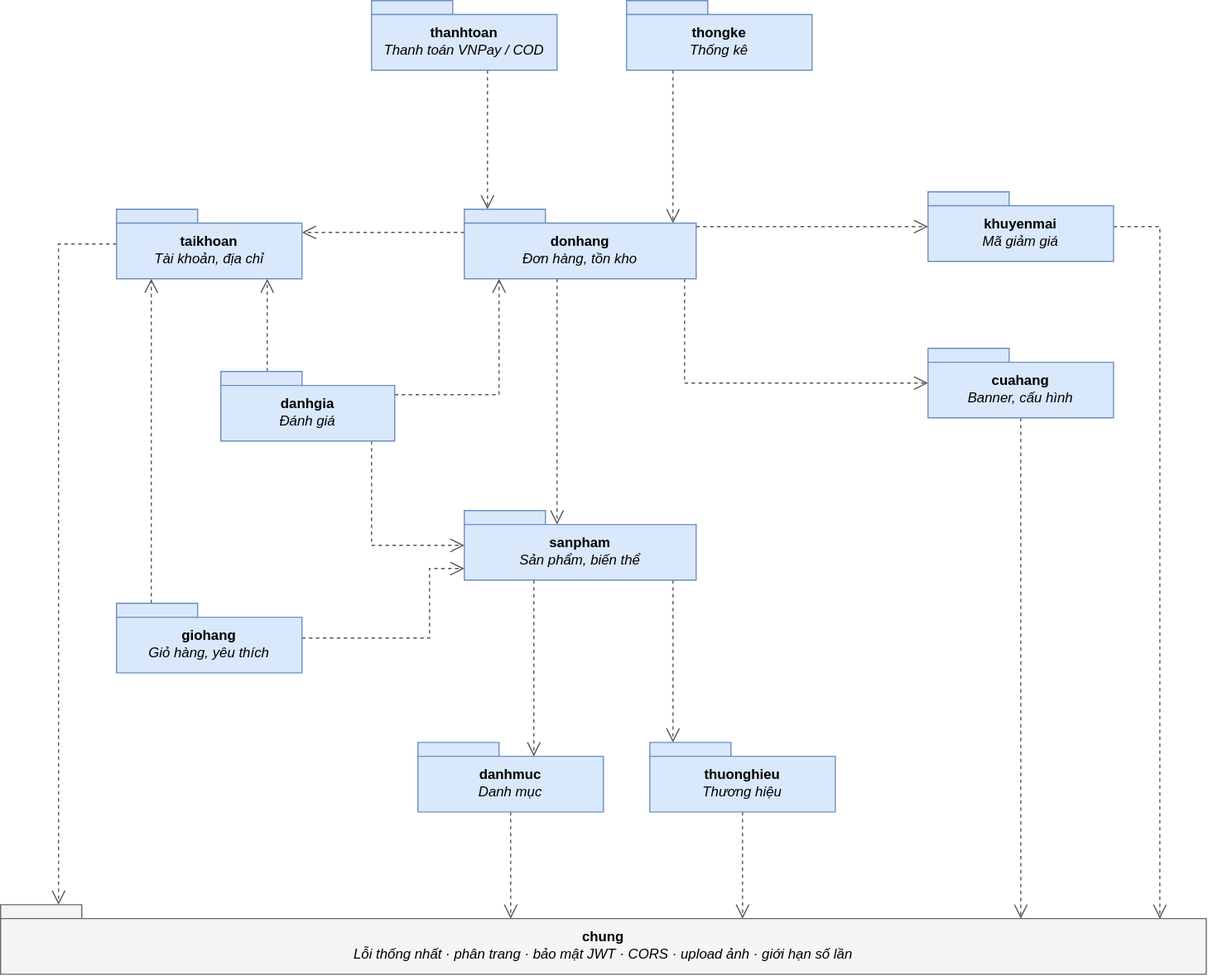
Earlier version of the draw.io export docs/thiet-ke/03_so_do_goi.svg (phdinh254/TechGear). Source tidied: cells renumbered, new cells last; positions are measured from the earlier drawing's top-left corner, leaving out a move shared by most shapes.
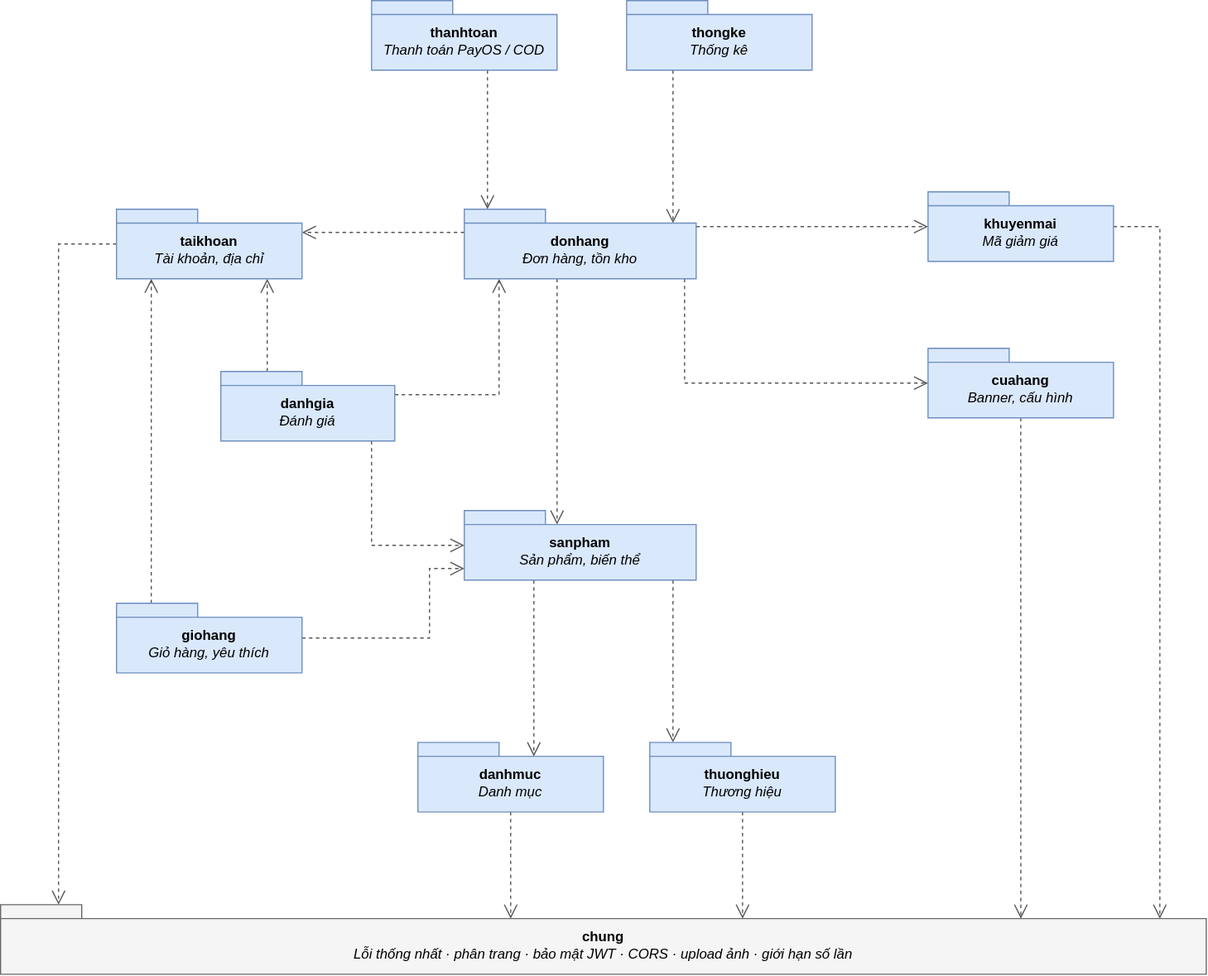
After the change.

Diff of the diagram source:
```diff
@@ -81,7 +81,7 @@
         </Array>
       </mxGeometry>
     </mxCell>
-    <mxCell id="20" value="&lt;b&gt;thanhtoan&lt;/b&gt;&lt;br&gt;&lt;i&gt;Thanh toán VNPay / COD&lt;/i&gt;" style="shape=folder;tabWidth=70;tabHeight=12;tabPosition=left;html=1;whiteSpace=wrap;fontSize=12;fontStyle=0;spacingTop=10;fillColor=#dae8fc;strokeColor=#6c8ebf;" parent="1" vertex="1">
+    <mxCell id="20" value="&lt;b&gt;thanhtoan&lt;/b&gt;&lt;br&gt;&lt;i&gt;Thanh toán PayOS / COD&lt;/i&gt;" style="shape=folder;tabWidth=70;tabHeight=12;tabPosition=left;html=1;whiteSpace=wrap;fontSize=12;fontStyle=0;spacingTop=10;fillColor=#dae8fc;strokeColor=#6c8ebf;" parent="1" vertex="1">
       <mxGeometry x="320" width="160" height="60" as="geometry" />
     </mxCell>
     <mxCell id="21" value="&lt;b&gt;thongke&lt;/b&gt;&lt;br&gt;&lt;i&gt;Thống kê&lt;/i&gt;" style="shape=folder;tabWidth=70;tabHeight=12;tabPosition=left;html=1;whiteSpace=wrap;fontSize=12;fontStyle=0;spacingTop=10;fillColor=#dae8fc;strokeColor=#6c8ebf;" parent="1" vertex="1">
```
